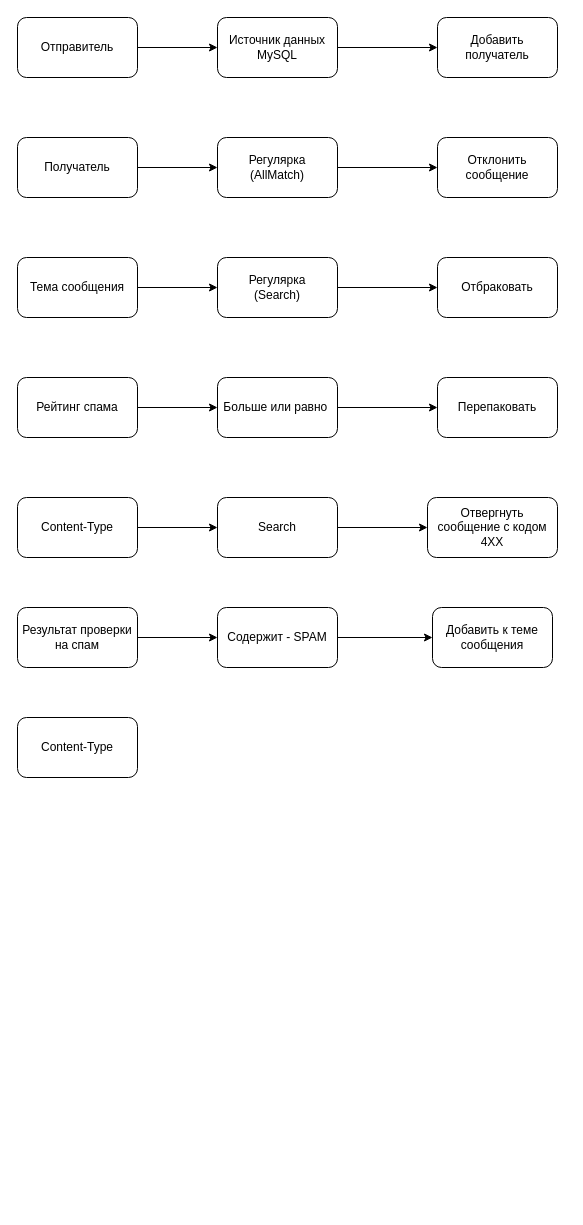
Earlier version of the draw.io diagram 1.drawio (ezaichenko/autotests_stepik). Source tidied: cells renumbered, new cells numbered last; positions are measured from the earlier drawing's top-left corner, leaving out a move shared by most shapes. Both pictures are drawn from the tidied source at 100%, with x=0, y=0 at pixel (17, 17).
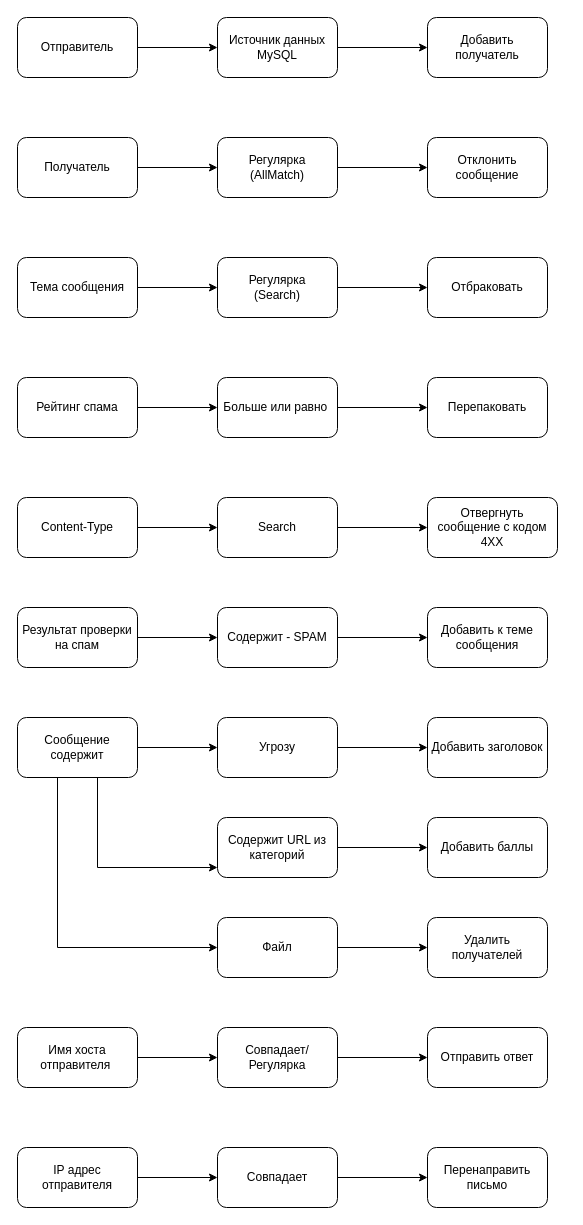
After the change.

Diff of the diagram source:
```diff
@@
     <mxCell id="12" value="Добавить получатель" style="rounded=1;whiteSpace=wrap;html=1;" parent="1" vertex="1">
-      <mxGeometry x="420" width="120" height="60" as="geometry" />
+      <mxGeometry x="410" width="120" height="60" as="geometry" />
     </mxCell>
     <mxCell id="13" value="Отклонить сообщение" style="rounded=1;whiteSpace=wrap;html=1;" parent="1" vertex="1">
-      <mxGeometry x="420" y="120" width="120" height="60" as="geometry" />
+      <mxGeometry x="410" y="120" width="120" height="60" as="geometry" />
     </mxCell>
@@
     <mxCell id="16" value="Отбраковать" style="rounded=1;whiteSpace=wrap;html=1;" parent="1" vertex="1">
-      <mxGeometry x="420" y="240" width="120" height="60" as="geometry" />
+      <mxGeometry x="410" y="240" width="120" height="60" as="geometry" />
     </mxCell>
@@
     <mxCell id="21" value="Перепаковать" style="rounded=1;whiteSpace=wrap;html=1;" parent="1" vertex="1">
-      <mxGeometry x="420" y="360" width="120" height="60" as="geometry" />
+      <mxGeometry x="410" y="360" width="120" height="60" as="geometry" />
     </mxCell>
@@
+    <mxCell id="34" style="edgeStyle=orthogonalEdgeStyle;rounded=0;jettySize=auto;html=1;" parent="1" edge="1" source="30" target="38">
+      <mxGeometry relative="1" as="geometry" />
+    </mxCell>
+    <mxCell id="35" style="edgeStyle=orthogonalEdgeStyle;rounded=0;jettySize=auto;html=1;" parent="1" edge="1" source="30" target="41">
+      <mxGeometry relative="1" as="geometry">
+        <Array as="points">
+          <mxPoint x="80" y="850" />
+        </Array>
+      </mxGeometry>
+    </mxCell>
+    <mxCell id="36" style="edgeStyle=orthogonalEdgeStyle;rounded=0;jettySize=auto;html=1;" parent="1" edge="1" source="30" target="54">
+      <mxGeometry relative="1" as="geometry">
+        <Array as="points">
+          <mxPoint x="40" y="930" />
+        </Array>
+      </mxGeometry>
+    </mxCell>
-    <mxCell id="30" value="Content-Type" style="rounded=1;whiteSpace=wrap;html=1;" parent="1" vertex="1">
+    <mxCell id="30" value="Сообщение содержит" style="rounded=1;whiteSpace=wrap;html=1;" parent="1" vertex="1">
       <mxGeometry y="700" width="120" height="60" as="geometry" />
     </mxCell>
@@
     <mxCell id="33" value="Добавить к теме сообщения" style="rounded=1;whiteSpace=wrap;html=1;" parent="1" vertex="1">
-      <mxGeometry x="415" y="590" width="120" height="60" as="geometry" />
+      <mxGeometry x="410" y="590" width="120" height="60" as="geometry" />
     </mxCell>
+    <mxCell id="37" style="edgeStyle=orthogonalEdgeStyle;rounded=0;jettySize=auto;html=1;" parent="1" edge="1" source="38" target="39">
+      <mxGeometry relative="1" as="geometry" />
+    </mxCell>
+    <mxCell id="38" value="Угрозу" style="rounded=1;whiteSpace=wrap;html=1;" parent="1" vertex="1">
+      <mxGeometry x="200" y="700" width="120" height="60" as="geometry" />
+    </mxCell>
+    <mxCell id="39" value="Добавить заголовок" style="rounded=1;whiteSpace=wrap;html=1;" parent="1" vertex="1">
+      <mxGeometry x="410" y="700" width="120" height="60" as="geometry" />
+    </mxCell>
+    <mxCell id="40" style="edgeStyle=orthogonalEdgeStyle;rounded=0;jettySize=auto;html=1;" parent="1" edge="1" source="41" target="42">
+      <mxGeometry relative="1" as="geometry" />
+    </mxCell>
+    <mxCell id="41" value="Содержит URL из категорий" style="rounded=1;whiteSpace=wrap;html=1;" parent="1" vertex="1">
+      <mxGeometry x="200" y="800" width="120" height="60" as="geometry" />
+    </mxCell>
+    <mxCell id="42" value="Добавить баллы" style="rounded=1;whiteSpace=wrap;html=1;" parent="1" vertex="1">
+      <mxGeometry x="410" y="800" width="120" height="60" as="geometry" />
+    </mxCell>
+    <mxCell id="43" style="edgeStyle=orthogonalEdgeStyle;rounded=0;jettySize=auto;html=1;" parent="1" edge="1" source="44" target="46">
+      <mxGeometry relative="1" as="geometry" />
+    </mxCell>
+    <mxCell id="44" value="Имя хоста отправителя&amp;nbsp;" style="rounded=1;whiteSpace=wrap;html=1;" parent="1" vertex="1">
+      <mxGeometry y="1010" width="120" height="60" as="geometry" />
+    </mxCell>
+    <mxCell id="45" style="edgeStyle=orthogonalEdgeStyle;rounded=0;jettySize=auto;html=1;" parent="1" edge="1" source="46" target="47">
+      <mxGeometry relative="1" as="geometry" />
+    </mxCell>
+    <mxCell id="46" value="Совпадает/Регулярка" style="rounded=1;whiteSpace=wrap;html=1;" parent="1" vertex="1">
+      <mxGeometry x="200" y="1010" width="120" height="60" as="geometry" />
+    </mxCell>
+    <mxCell id="47" value="Отправить ответ" style="rounded=1;whiteSpace=wrap;html=1;" parent="1" vertex="1">
+      <mxGeometry x="410" y="1010" width="120" height="60" as="geometry" />
+    </mxCell>
+    <mxCell id="48" style="edgeStyle=orthogonalEdgeStyle;rounded=0;jettySize=auto;html=1;" parent="1" edge="1" source="49" target="51">
+      <mxGeometry relative="1" as="geometry" />
+    </mxCell>
+    <mxCell id="49" value="IP адрес отправителя" style="rounded=1;whiteSpace=wrap;html=1;" parent="1" vertex="1">
+      <mxGeometry y="1130" width="120" height="60" as="geometry" />
+    </mxCell>
+    <mxCell id="50" style="edgeStyle=orthogonalEdgeStyle;rounded=0;jettySize=auto;html=1;" parent="1" edge="1" source="51" target="52">
+      <mxGeometry relative="1" as="geometry" />
+    </mxCell>
+    <mxCell id="51" value="Совпадает" style="rounded=1;whiteSpace=wrap;html=1;" parent="1" vertex="1">
+      <mxGeometry x="200" y="1130" width="120" height="60" as="geometry" />
+    </mxCell>
+    <mxCell id="52" value="Перенаправить&lt;br&gt;письмо" style="rounded=1;whiteSpace=wrap;html=1;" parent="1" vertex="1">
+      <mxGeometry x="410" y="1130" width="120" height="60" as="geometry" />
+    </mxCell>
+    <mxCell id="53" style="edgeStyle=orthogonalEdgeStyle;rounded=0;jettySize=auto;html=1;" parent="1" edge="1" source="54" target="55">
+      <mxGeometry relative="1" as="geometry" />
+    </mxCell>
+    <mxCell id="54" value="Файл" style="rounded=1;whiteSpace=wrap;html=1;" parent="1" vertex="1">
+      <mxGeometry x="200" y="900" width="120" height="60" as="geometry" />
+    </mxCell>
+    <mxCell id="55" value="Удалить получателей" style="rounded=1;whiteSpace=wrap;html=1;" parent="1" vertex="1">
+      <mxGeometry x="410" y="900" width="120" height="60" as="geometry" />
+    </mxCell>
```
